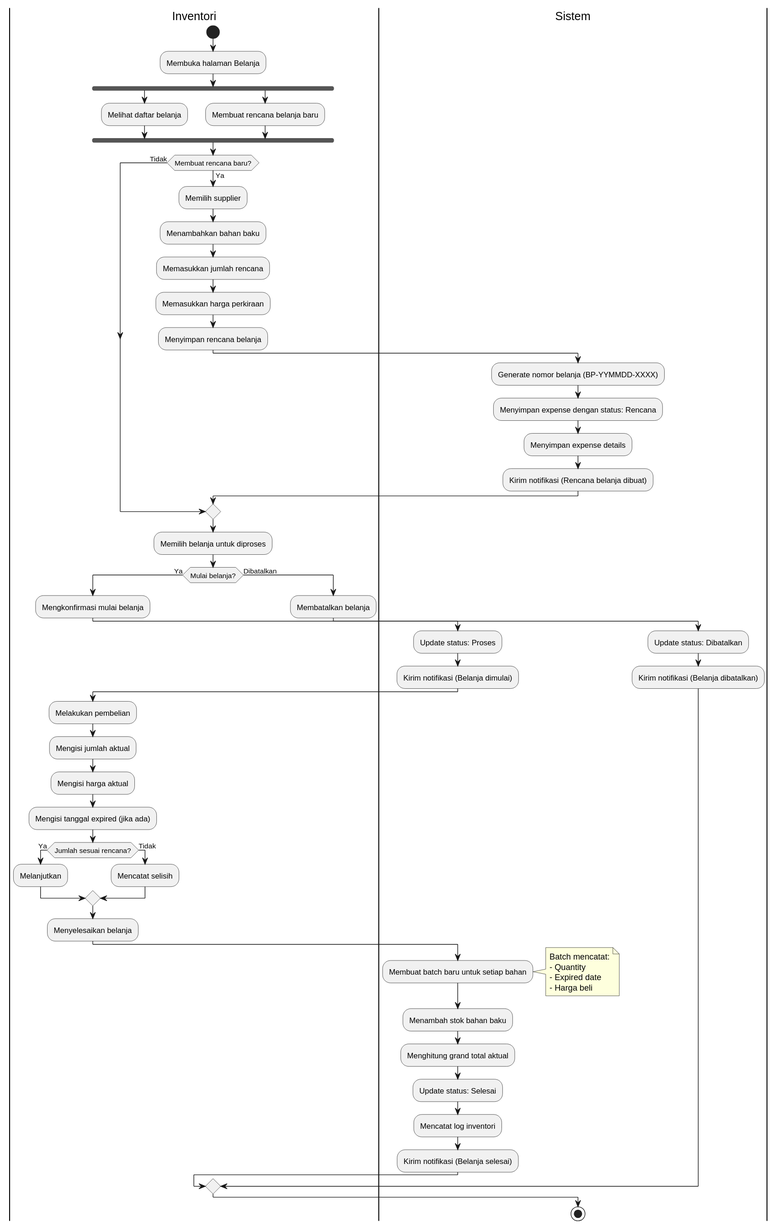
Above: docs/diagrams/svg/activity/Activity Diagram - Proses Belanja Bahan Baku.svg in pawon3d/pawon3d (PlantUML), before the change. The source it was exported from:
```plantuml
@startuml
|Inventori|
start
:Membuka halaman Belanja;

fork
    :Melihat daftar belanja;
fork again
    :Membuat rencana belanja baru;
end fork

if (Membuat rencana baru?) then (Ya)
    :Memilih supplier;
    :Menambahkan bahan baku;
    :Memasukkan jumlah rencana;
    :Memasukkan harga perkiraan;
    :Menyimpan rencana belanja;

    |Sistem|
    :Generate nomor belanja (BP-YYMMDD-XXXX);
    :Menyimpan expense dengan status: Rencana;
    :Menyimpan expense details;
    :Kirim notifikasi (Rencana belanja dibuat);

else (Tidak)
endif

|Inventori|
:Memilih belanja untuk diproses;

if (Mulai belanja?) then (Ya)
    :Mengkonfirmasi mulai belanja;

    |Sistem|
    :Update status: Proses;
    :Kirim notifikasi (Belanja dimulai);

    |Inventori|
    :Melakukan pembelian;
    :Mengisi jumlah aktual;
    :Mengisi harga aktual;
    :Mengisi tanggal expired (jika ada);

    if (Jumlah sesuai rencana?) then (Ya)
        :Melanjutkan;
    else (Tidak)
        :Mencatat selisih;
    endif

    :Menyelesaikan belanja;

    |Sistem|
    :Membuat batch baru untuk setiap bahan;
    note right
      Batch mencatat:
      - Quantity
      - Expired date
      - Harga beli
    end note
    :Menambah stok bahan baku;
    :Menghitung grand total aktual;
    :Update status: Selesai;
    :Mencatat log inventori;
    :Kirim notifikasi (Belanja selesai);

else (Dibatalkan)
    |Inventori|
    :Membatalkan belanja;

    |Sistem|
    :Update status: Dibatalkan;
    :Kirim notifikasi (Belanja dibatalkan);
endif

stop
@enduml
```
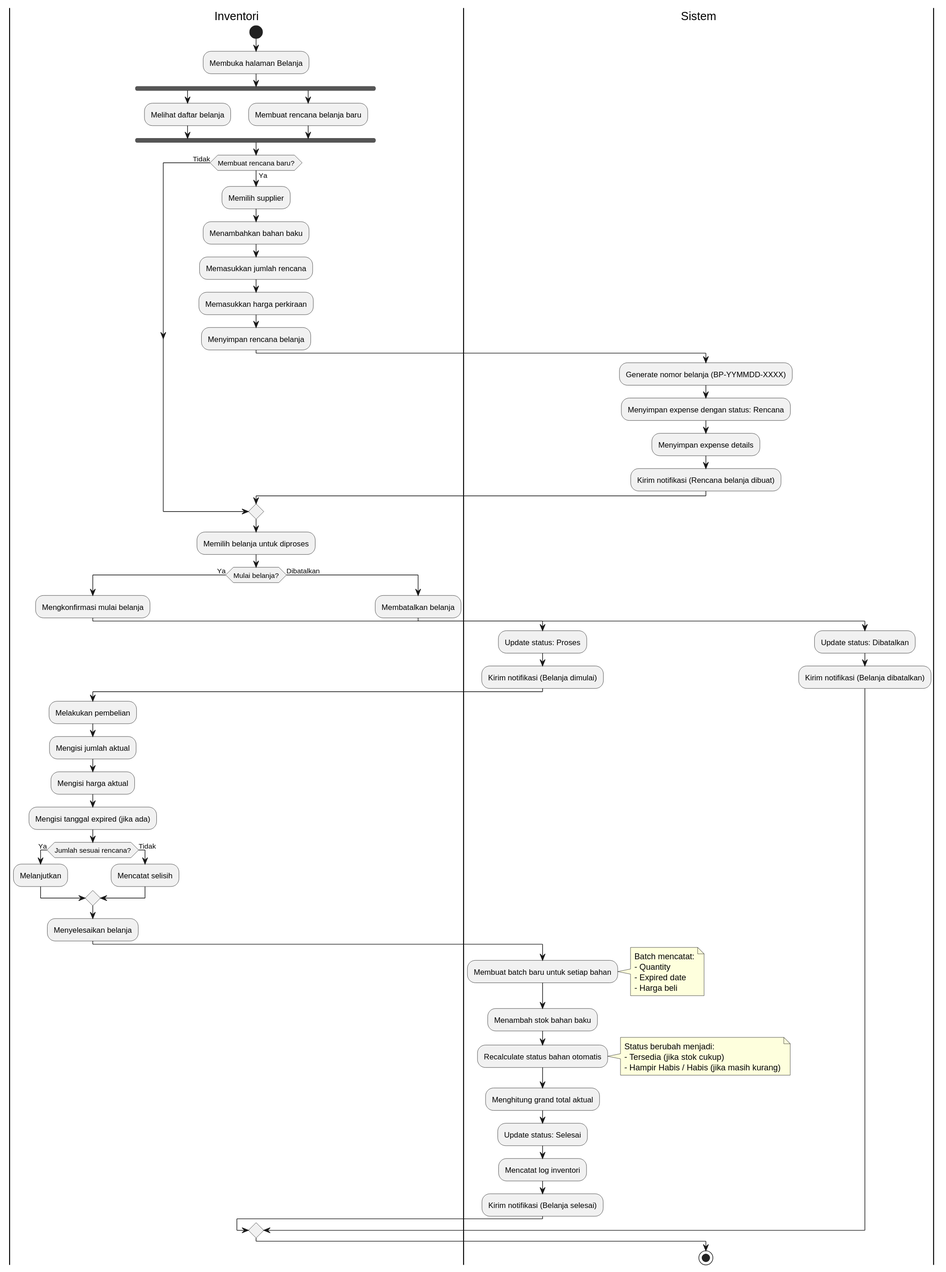
Later version of the same file.

What changed in the source:
```diff
@@ -58,6 +58,12 @@
       - Harga beli
     end note
     :Menambah stok bahan baku;
+    :Recalculate status bahan otomatis;
+    note right
+      Status berubah menjadi:
+      - Tersedia (jika stok cukup)
+      - Hampir Habis / Habis (jika masih kurang)
+    end note
     :Menghitung grand total aktual;
     :Update status: Selesai;
     :Mencatat log inventori;
```
